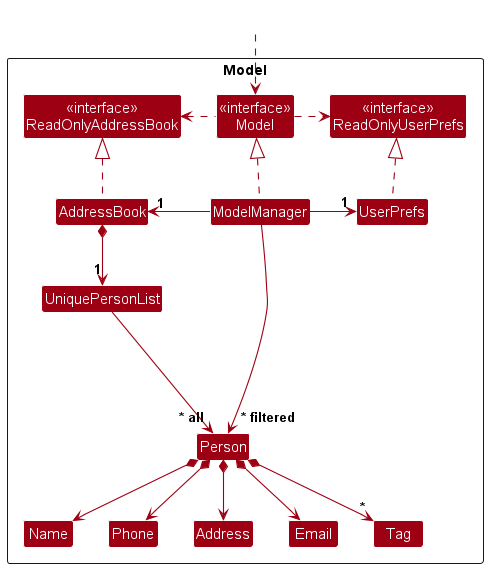
Above: docs/images/ModelClassDiagram.png in nus-cs2103-AY2425S1/tp (PlantUML), before the change.
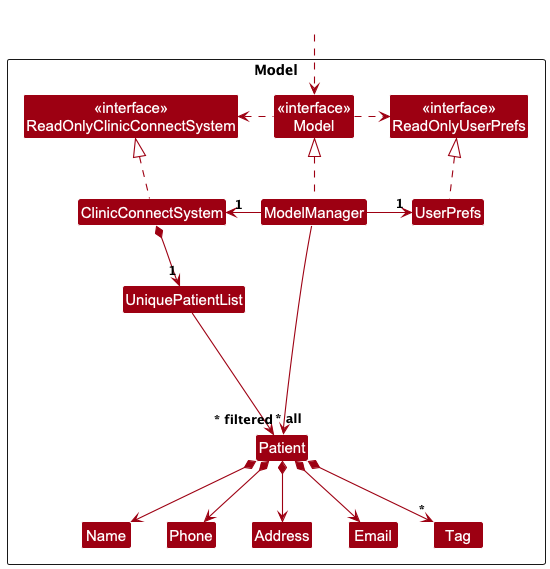
Later version of the same file.

What changed in the source:
```diff
@@ -5,15 +5,15 @@
 skinparam classBackgroundColor MODEL_COLOR
 
 Package Model as ModelPackage <<Rectangle>>{
-Class "<<interface>>\nReadOnlyAddressBook" as ReadOnlyAddressBook
+Class "<<interface>>\nReadOnlyClinicConnectSystem" as ReadOnlyClinicConnectSystem
 Class "<<interface>>\nReadOnlyUserPrefs" as ReadOnlyUserPrefs
 Class "<<interface>>\nModel" as Model
-Class AddressBook
+Class ClinicConnectSystem
 Class ModelManager
 Class UserPrefs
 
-Class UniquePersonList
-Class Person
+Class UniquePatientList
+Class Patient
 Class Address
 Class Email
 Class Name
@@ -26,29 +26,29 @@
 Class HiddenOutside #FFFFFF
 HiddenOutside ..> Model
 
-AddressBook .up.|> ReadOnlyAddressBook
+ClinicConnectSystem .up.|> ReadOnlyClinicConnectSystem
 
 ModelManager .up.|> Model
 Model .right.> ReadOnlyUserPrefs
-Model .left.> ReadOnlyAddressBook
-ModelManager -left-> "1" AddressBook
+Model .left.> ReadOnlyClinicConnectSystem
+ModelManager -left-> "1" ClinicConnectSystem
 ModelManager -right-> "1" UserPrefs
 UserPrefs .up.|> ReadOnlyUserPrefs
 
-AddressBook *--> "1" UniquePersonList
-UniquePersonList --> "~* all" Person
-Person *--> Name
-Person *--> Phone
-Person *--> Email
-Person *--> Address
-Person *--> "*" Tag
+ClinicConnectSystem *--> "1" UniquePatientList
+UniquePatientList --> "~* all" Patient
+Patient *--> Name
+Patient *--> Phone
+Patient *--> Email
+Patient *--> Address
+Patient *--> "*" Tag
 
-Person -[hidden]up--> I
-UniquePersonList -[hidden]right-> I
+Patient -[hidden]up--> I
+UniquePatientList -[hidden]right-> I
 
 Name -[hidden]right-> Phone
 Phone -[hidden]right-> Address
 Address -[hidden]right-> Email
 
-ModelManager --> "~* filtered" Person
+ModelManager --> "~* filtered" Patient
 @enduml
```
